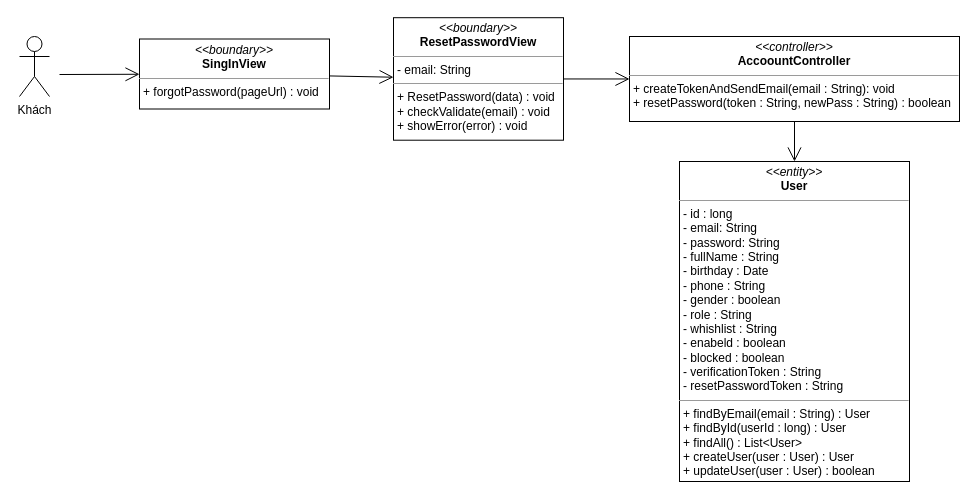
nguyenphamvan/datn_20202 keeps this draw.io diagram as class diagram/fogot-password-class-diagram.drawio. Above is the earlier version. Source tidied: cells renumbered, new cells numbered last; positions are measured from the earlier drawing's top-left corner, leaving out a move shared by most shapes. Both pictures are drawn from the tidied source at 100%, with x=0, y=0 at pixel (19, 17).
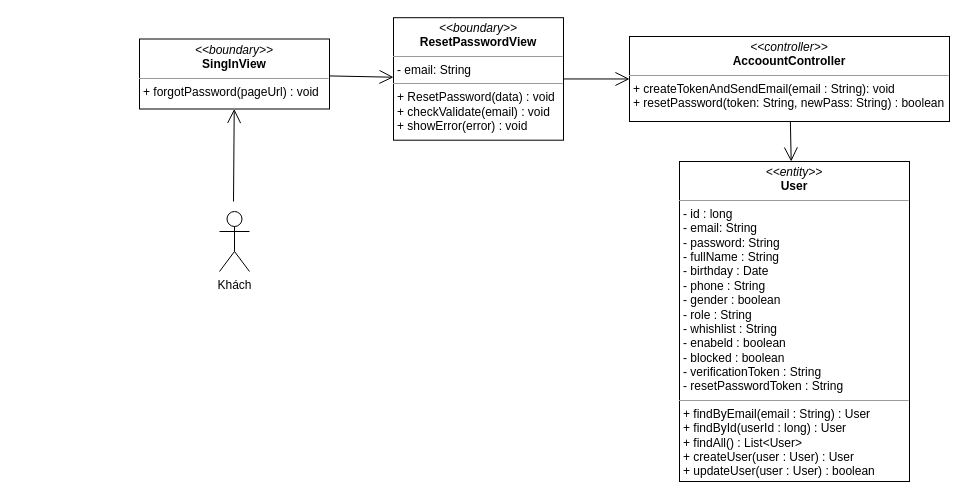
The same diagram, later.

Change to the diagram source:
```diff
@@
 <mxGraphModel>
   <root>
     <mxCell id="0" />
     <mxCell id="1" parent="0" />
-    <mxCell id="2" value="&lt;p style=&quot;margin: 0px ; margin-top: 4px ; text-align: center&quot;&gt;&lt;i&gt;&amp;lt;&amp;lt;controller&amp;gt;&amp;gt;&lt;/i&gt;&lt;br&gt;&lt;b&gt;AccoountController&lt;/b&gt;&lt;/p&gt;&lt;hr size=&quot;1&quot;&gt;&lt;p style=&quot;margin: 0px ; margin-left: 4px&quot;&gt;+ createTokenAndSendEmail(email : String): void&lt;br&gt;&lt;/p&gt;&lt;p style=&quot;margin: 0px ; margin-left: 4px&quot;&gt;+ resetPassword(token : String, newPass : String) : boolean&lt;/p&gt;" style="verticalAlign=top;align=left;overflow=fill;fontSize=12;fontFamily=Helvetica;html=1;" parent="1" vertex="1">
-      <mxGeometry x="610" y="19" width="330" height="85" as="geometry" />
+    <mxCell id="2" value="&lt;p style=&quot;margin: 0px ; margin-top: 4px ; text-align: center&quot;&gt;&lt;i&gt;&amp;lt;&amp;lt;controller&amp;gt;&amp;gt;&lt;/i&gt;&lt;br&gt;&lt;b&gt;AccoountController&lt;/b&gt;&lt;/p&gt;&lt;hr size=&quot;1&quot;&gt;&lt;p style=&quot;margin: 0px ; margin-left: 4px&quot;&gt;+ createTokenAndSendEmail(email : String): void&lt;br&gt;&lt;/p&gt;&lt;p style=&quot;margin: 0px ; margin-left: 4px&quot;&gt;+ resetPassword(token: String, newPass: String) : boolean&lt;/p&gt;" style="verticalAlign=top;align=left;overflow=fill;fontSize=12;fontFamily=Helvetica;html=1;" parent="1" vertex="1">
+      <mxGeometry x="610" y="19" width="320" height="85" as="geometry" />
     </mxCell>
     <mxCell id="3" value="&lt;p style=&quot;margin: 0px ; margin-top: 4px ; text-align: center&quot;&gt;&lt;i&gt;&amp;lt;&amp;lt;entity&amp;gt;&amp;gt;&lt;/i&gt;&lt;br&gt;&lt;b&gt;User&lt;/b&gt;&lt;/p&gt;&lt;hr size=&quot;1&quot;&gt;&lt;p style=&quot;margin: 0px ; margin-left: 4px&quot;&gt;- id : long&lt;/p&gt;&lt;p style=&quot;margin: 0px ; margin-left: 4px&quot;&gt;- email: String&lt;br&gt;- password: String&lt;/p&gt;&lt;p style=&quot;margin: 0px ; margin-left: 4px&quot;&gt;- fullName : String&lt;/p&gt;&lt;p style=&quot;margin: 0px ; margin-left: 4px&quot;&gt;- birthday : Date&lt;/p&gt;&lt;p style=&quot;margin: 0px ; margin-left: 4px&quot;&gt;- phone : String&lt;/p&gt;&lt;p style=&quot;margin: 0px ; margin-left: 4px&quot;&gt;- gender : boolean&lt;/p&gt;&lt;p style=&quot;margin: 0px ; margin-left: 4px&quot;&gt;- role : String&lt;/p&gt;&lt;p style=&quot;margin: 0px ; margin-left: 4px&quot;&gt;- whishlist : String&lt;/p&gt;&lt;p style=&quot;margin: 0px ; margin-left: 4px&quot;&gt;- enabeld : boolean&lt;/p&gt;&lt;p style=&quot;margin: 0px ; margin-left: 4px&quot;&gt;- blocked : boolean&lt;/p&gt;&lt;p style=&quot;margin: 0px ; margin-left: 4px&quot;&gt;- verificationToken : String&lt;/p&gt;&lt;p style=&quot;margin: 0px ; margin-left: 4px&quot;&gt;- resetPasswordToken : String&lt;/p&gt;&lt;hr size=&quot;1&quot;&gt;&lt;p style=&quot;margin: 0px 0px 0px 4px&quot;&gt;+ findByEmail(email : String) : User&amp;nbsp;&lt;/p&gt;&lt;p style=&quot;margin: 0px 0px 0px 4px&quot;&gt;+ findById(userId : long) : User&lt;/p&gt;&lt;p style=&quot;margin: 0px 0px 0px 4px&quot;&gt;+ findAll() : List&amp;lt;User&amp;gt;&lt;/p&gt;&lt;p style=&quot;margin: 0px 0px 0px 4px&quot;&gt;+ createUser(user : User) : User&lt;/p&gt;&lt;p style=&quot;margin: 0px 0px 0px 4px&quot;&gt;+ updateUser(user : User) : boolean&lt;/p&gt;" style="verticalAlign=top;align=left;overflow=fill;fontSize=12;fontFamily=Helvetica;html=1;" parent="1" vertex="1">
       <mxGeometry x="660" y="144" width="230" height="320" as="geometry" />
     </mxCell>
     <mxCell id="4" value="&lt;p style=&quot;margin: 0px ; margin-top: 4px ; text-align: center&quot;&gt;&lt;i&gt;&amp;lt;&amp;lt;boundary&amp;gt;&amp;gt;&lt;/i&gt;&lt;br&gt;&lt;b&gt;SingInView&lt;/b&gt;&lt;/p&gt;&lt;hr size=&quot;1&quot;&gt;&lt;p style=&quot;margin: 0px ; margin-left: 4px&quot;&gt;&lt;span&gt;+ forgotPassword(pageUrl) : void&lt;/span&gt;&lt;br&gt;&lt;/p&gt;" style="verticalAlign=top;align=left;overflow=fill;fontSize=12;fontFamily=Helvetica;html=1;" parent="1" vertex="1">
       <mxGeometry x="120" y="21.5" width="190" height="70" as="geometry" />
     </mxCell>
     <mxCell id="5" style="endArrow=open;endFill=1;endSize=12;html=1;" parent="1" edge="1" source="2" target="3">
       <mxGeometry relative="1" as="geometry" />
     </mxCell>
     <mxCell id="6" value="&lt;p style=&quot;margin: 0px ; margin-top: 4px ; text-align: center&quot;&gt;&lt;i&gt;&amp;lt;&amp;lt;boundary&amp;gt;&amp;gt;&lt;/i&gt;&lt;br&gt;&lt;b&gt;ResetPasswordView&lt;/b&gt;&lt;/p&gt;&lt;hr size=&quot;1&quot;&gt;&lt;p style=&quot;margin: 0px ; margin-left: 4px&quot;&gt;- email: String&lt;br&gt;&lt;/p&gt;&lt;hr size=&quot;1&quot;&gt;&lt;p style=&quot;margin: 0px ; margin-left: 4px&quot;&gt;&lt;span&gt;+ ResetPassword(data) : void&lt;/span&gt;&lt;br&gt;&lt;/p&gt;&lt;p style=&quot;margin: 0px ; margin-left: 4px&quot;&gt;&lt;span&gt;+ checkValidate(email) : void&lt;/span&gt;&lt;/p&gt;&lt;p style=&quot;margin: 0px ; margin-left: 4px&quot;&gt;&lt;span&gt;+ showError(error) : void&lt;/span&gt;&lt;/p&gt;" style="verticalAlign=top;align=left;overflow=fill;fontSize=12;fontFamily=Helvetica;html=1;" parent="1" vertex="1">
       <mxGeometry x="374" y="0.2" width="170" height="122.5" as="geometry" />
     </mxCell>
     <mxCell id="7" style="endArrow=open;endFill=1;endSize=12;html=1;" parent="1" edge="1" source="4" target="6">
       <mxGeometry relative="1" as="geometry" />
     </mxCell>
     <mxCell id="8" style="endArrow=open;endFill=1;endSize=12;html=1;" parent="1" edge="1" source="6" target="2">
       <mxGeometry relative="1" as="geometry" />
     </mxCell>
     <mxCell id="9" value="Khách" style="shape=umlActor;verticalLabelPosition=bottom;verticalAlign=top;html=1;" parent="1" vertex="1">
-      <mxGeometry y="19" width="30" height="60" as="geometry" />
+      <mxGeometry x="200" y="194" width="30" height="60" as="geometry" />
     </mxCell>
     <mxCell id="10" style="endArrow=open;endFill=1;endSize=12;html=1;" parent="1" edge="1" target="4">
       <mxGeometry relative="1" as="geometry">
-        <mxPoint x="40" y="57" as="sourcePoint" />
+        <mxPoint x="214" y="184" as="sourcePoint" />
       </mxGeometry>
     </mxCell>
   </root>
 </mxGraphModel>
```
